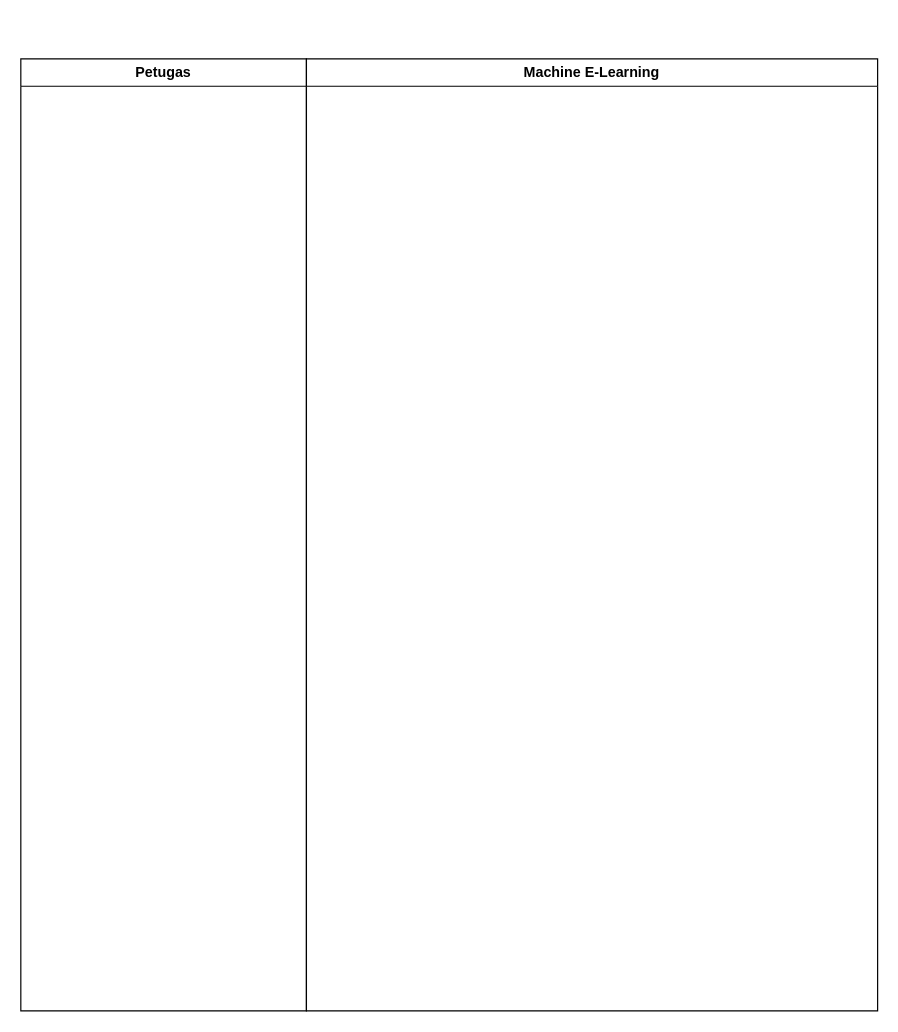
This is kelola tiket.drawio from abhirama-dev/Diagram, a draw.io file, before an edit. Source tidied: cells renumbered, new cells numbered last; positions are measured from the earlier drawing's top-left corner, leaving out a move shared by most shapes. Both pictures are drawn from the tidied source at 119%, with x=0, y=0 at pixel (20, 58).
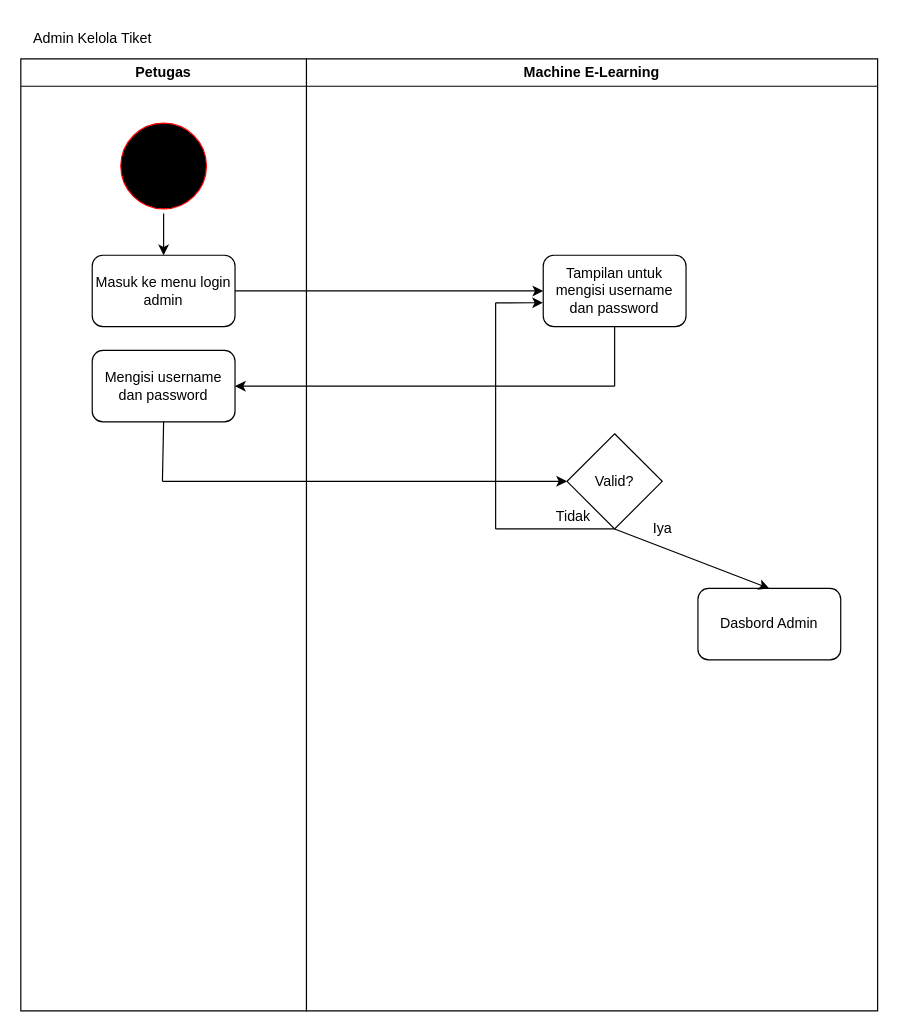
The same diagram, later.

Unchanged cells that the change refers to:
```xml
<mxCell id="2" value="Petugas" style="swimlane;whiteSpace=wrap;html=1;fillColor=default;swimlaneFillColor=default;" parent="1" vertex="1">
  <mxGeometry width="240" height="800" as="geometry" />
</mxCell>
```

Diff of the diagram source:
```diff
@@
+    <mxCell id="3" value="Machine E-Learning" style="swimlane;whiteSpace=wrap;html=1;fillColor=default;swimlaneFillColor=default;" parent="1" vertex="1">
+      <mxGeometry x="240" width="480" height="800" as="geometry" />
+    </mxCell>
+    <mxCell id="4" value="Iya" style="text;html=1;align=center;verticalAlign=middle;strokeColor=none;fillColor=none;" parent="3" vertex="1">
+      <mxGeometry x="279" y="380" width="40" height="30" as="geometry" />
+    </mxCell>
+    <mxCell id="5" value="Tidak" style="text;html=1;align=center;verticalAlign=middle;strokeColor=none;fillColor=none;" parent="3" vertex="1">
+      <mxGeometry x="199" y="370" width="50" height="30" as="geometry" />
+    </mxCell>
@@
-    <mxCell id="3" value="Machine E-Learning" style="swimlane;whiteSpace=wrap;html=1;fillColor=default;swimlaneFillColor=default;" parent="1" vertex="1">
-      <mxGeometry x="240" width="480" height="800" as="geometry" />
-    </mxCell>
+    <mxCell id="6" style="ellipse;html=1;shape=startState;fillColor=#000000;strokeColor=#ff0000;" parent="2" vertex="1">
+      <mxGeometry x="80" y="50" width="80" height="80" as="geometry" />
+    </mxCell>
+    <mxCell id="7" style="endArrow=classic;html=1;rounded=0;exitX=0.5;exitY=1;exitDx=0;exitDy=0;entryX=0.5;entryY=0;entryDx=0;entryDy=0;" parent="2" edge="1" source="16" target="17">
+      <mxGeometry relative="1" as="geometry" />
+    </mxCell>
+    <mxCell id="8" style="endArrow=classic;html=1;rounded=0;exitX=1;exitY=0.5;exitDx=0;exitDy=0;" parent="2" edge="1" source="18" target="19">
+      <mxGeometry relative="1" as="geometry" />
+    </mxCell>
+    <mxCell id="9" style="endArrow=none;html=1;rounded=0;entryX=0.5;entryY=1;entryDx=0;entryDy=0;" parent="2" edge="1" target="19">
+      <mxGeometry relative="1" as="geometry">
+        <mxPoint x="499" y="275" as="sourcePoint" />
+      </mxGeometry>
+    </mxCell>
+    <mxCell id="10" style="endArrow=none;html=1;rounded=0;exitX=1;exitY=0.5;exitDx=0;exitDy=0;endFill=1;startFill=1;startArrow=classic;" parent="2" edge="1" source="20">
+      <mxGeometry relative="1" as="geometry">
+        <mxPoint x="499" y="275" as="targetPoint" />
+      </mxGeometry>
+    </mxCell>
+    <mxCell id="11" style="endArrow=none;html=1;rounded=0;entryX=0.5;entryY=1;entryDx=0;entryDy=0;" parent="2" edge="1" target="20">
+      <mxGeometry relative="1" as="geometry">
+        <mxPoint x="119" y="355" as="sourcePoint" />
+      </mxGeometry>
+    </mxCell>
+    <mxCell id="12" style="endArrow=none;html=1;rounded=0;entryX=0.5;entryY=1;entryDx=0;entryDy=0;" parent="2" edge="1" target="16">
+      <mxGeometry relative="1" as="geometry">
+        <mxPoint x="399" y="395" as="sourcePoint" />
+      </mxGeometry>
+    </mxCell>
+    <mxCell id="13" style="endArrow=none;html=1;rounded=0;" parent="2" edge="1">
+      <mxGeometry relative="1" as="geometry">
+        <mxPoint x="399" y="205" as="sourcePoint" />
+        <mxPoint x="399" y="395" as="targetPoint" />
+      </mxGeometry>
+    </mxCell>
+    <mxCell id="14" style="endArrow=classic;html=1;rounded=0;entryX=-0.002;entryY=0.665;entryDx=0;entryDy=0;entryPerimeter=0;" parent="2" edge="1" target="19">
+      <mxGeometry relative="1" as="geometry">
+        <mxPoint x="399" y="205" as="sourcePoint" />
+      </mxGeometry>
+    </mxCell>
+    <mxCell id="15" style="endArrow=classic;html=1;rounded=0;endFill=1;entryX=0;entryY=0.5;entryDx=0;entryDy=0;" parent="2" edge="1" target="16">
+      <mxGeometry relative="1" as="geometry">
+        <mxPoint x="119" y="355" as="sourcePoint" />
+      </mxGeometry>
+    </mxCell>
+    <mxCell id="16" value="Valid?" style="rhombus;whiteSpace=wrap;html=1;fillColor=none;" parent="2" vertex="1">
+      <mxGeometry x="459" y="315" width="80" height="80" as="geometry" />
+    </mxCell>
+    <mxCell id="17" value="Dasbord Admin" style="rounded=1;whiteSpace=wrap;html=1;fillColor=none;" parent="2" vertex="1">
+      <mxGeometry x="569" y="445" width="120" height="60" as="geometry" />
+    </mxCell>
+    <mxCell id="18" value="Masuk ke menu login admin" style="rounded=1;whiteSpace=wrap;html=1;fillColor=none;" parent="2" vertex="1">
+      <mxGeometry x="60" y="165" width="120" height="60" as="geometry" />
+    </mxCell>
+    <mxCell id="19" value="Tampilan untuk mengisi username dan password" style="rounded=1;whiteSpace=wrap;html=1;fillColor=none;" parent="2" vertex="1">
+      <mxGeometry x="439" y="165" width="120" height="60" as="geometry" />
+    </mxCell>
+    <mxCell id="20" value="Mengisi username dan password" style="rounded=1;whiteSpace=wrap;html=1;fillColor=none;" parent="2" vertex="1">
+      <mxGeometry x="60" y="245" width="120" height="60" as="geometry" />
+    </mxCell>
+    <mxCell id="21" style="endArrow=classic;html=1;rounded=0;exitX=0.5;exitY=1;exitDx=0;exitDy=0;" parent="2" edge="1" source="6" target="18">
+      <mxGeometry relative="1" as="geometry" />
+    </mxCell>
+    <mxCell id="22" value="Admin Kelola Tiket" style="text;html=1;align=center;verticalAlign=middle;strokeColor=none;fillColor=default;" parent="1" vertex="1">
+      <mxGeometry y="-32" width="120" height="30" as="geometry" />
+    </mxCell>
```
